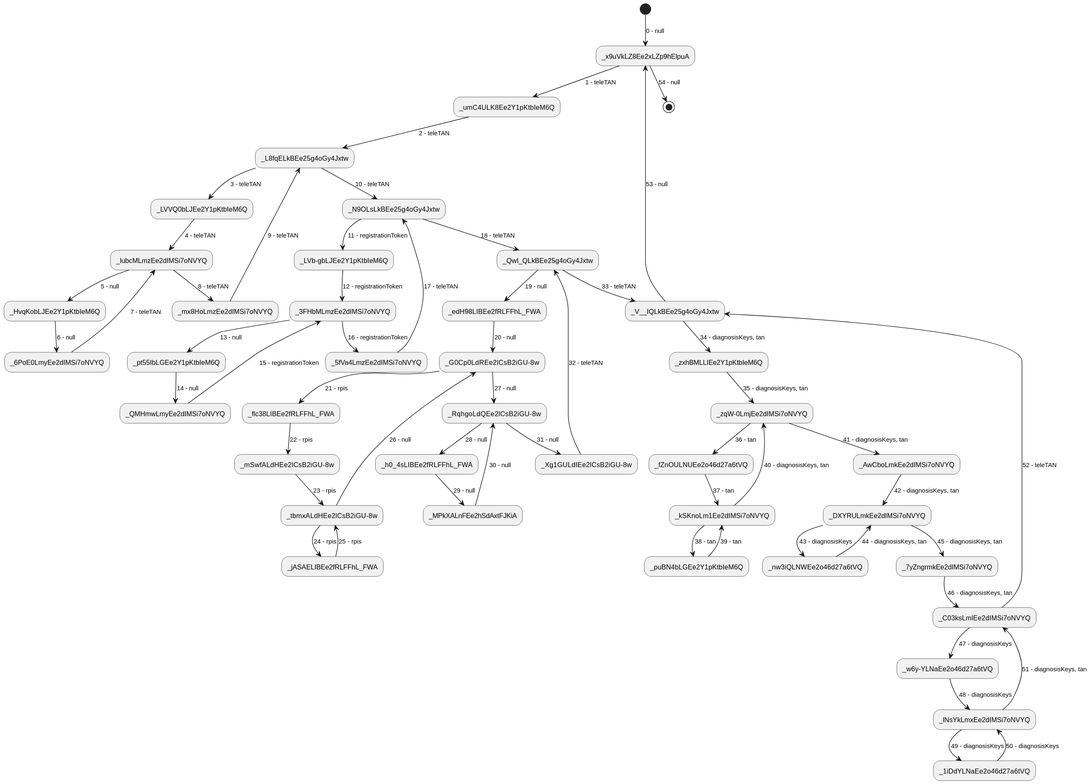
Above: output/action-sequence_7.svg in abunai-dev/DiagramGenerator (PlantUML), before the change.
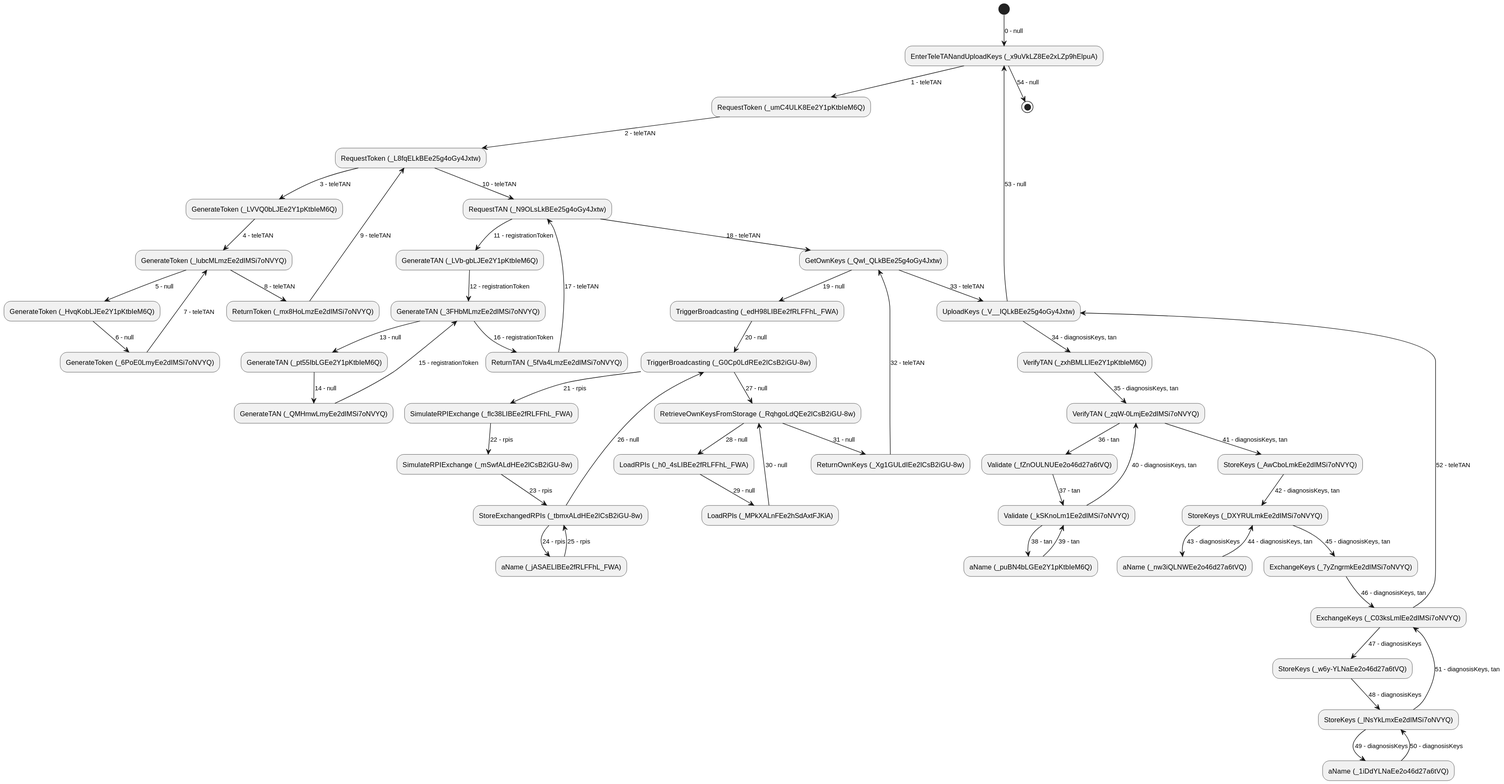
The same file after the commit.

The edit, as a diff of the source:
```diff
@@ -1,57 +1,57 @@
 @startuml
-(*) --> [0 - null] "_x9uVkLZ8Ee2xLZp9hElpuA"
-"_x9uVkLZ8Ee2xLZp9hElpuA" --> [1 - teleTAN] "_umC4ULK8Ee2Y1pKtbIeM6Q"
-"_umC4ULK8Ee2Y1pKtbIeM6Q" --> [2 - teleTAN] "_L8fqELkBEe25g4oGy4Jxtw"
-"_L8fqELkBEe25g4oGy4Jxtw" --> [3 - teleTAN] "_LVVQ0bLJEe2Y1pKtbIeM6Q"
-"_LVVQ0bLJEe2Y1pKtbIeM6Q" --> [4 - teleTAN] "_lubcMLmzEe2dIMSi7oNVYQ"
-"_lubcMLmzEe2dIMSi7oNVYQ" --> [5 - null] "_HvqKobLJEe2Y1pKtbIeM6Q"
-"_HvqKobLJEe2Y1pKtbIeM6Q" --> [6 - null] "_6PoE0LmyEe2dIMSi7oNVYQ"
-"_6PoE0LmyEe2dIMSi7oNVYQ" --> [7 - teleTAN] "_lubcMLmzEe2dIMSi7oNVYQ"
-"_lubcMLmzEe2dIMSi7oNVYQ" --> [8 - teleTAN] "_mx8HoLmzEe2dIMSi7oNVYQ"
-"_mx8HoLmzEe2dIMSi7oNVYQ" --> [9 - teleTAN] "_L8fqELkBEe25g4oGy4Jxtw"
-"_L8fqELkBEe25g4oGy4Jxtw" --> [10 - teleTAN] "_N9OLsLkBEe25g4oGy4Jxtw"
-"_N9OLsLkBEe25g4oGy4Jxtw" --> [11 - registrationToken] "_LVb-gbLJEe2Y1pKtbIeM6Q"
-"_LVb-gbLJEe2Y1pKtbIeM6Q" --> [12 - registrationToken] "_3FHbMLmzEe2dIMSi7oNVYQ"
-"_3FHbMLmzEe2dIMSi7oNVYQ" --> [13 - null] "_pt55IbLGEe2Y1pKtbIeM6Q"
-"_pt55IbLGEe2Y1pKtbIeM6Q" --> [14 - null] "_QMHmwLmyEe2dIMSi7oNVYQ"
-"_QMHmwLmyEe2dIMSi7oNVYQ" --> [15 - registrationToken] "_3FHbMLmzEe2dIMSi7oNVYQ"
-"_3FHbMLmzEe2dIMSi7oNVYQ" --> [16 - registrationToken] "_5fVa4LmzEe2dIMSi7oNVYQ"
-"_5fVa4LmzEe2dIMSi7oNVYQ" --> [17 - teleTAN] "_N9OLsLkBEe25g4oGy4Jxtw"
-"_N9OLsLkBEe25g4oGy4Jxtw" --> [18 - teleTAN] "_QwI_QLkBEe25g4oGy4Jxtw"
-"_QwI_QLkBEe25g4oGy4Jxtw" --> [19 - null] "_edH98LIBEe2fRLFFhL_FWA"
-"_edH98LIBEe2fRLFFhL_FWA" --> [20 - null] "_G0Cp0LdREe2lCsB2iGU-8w"
-"_G0Cp0LdREe2lCsB2iGU-8w" --> [21 - rpis] "_flc38LIBEe2fRLFFhL_FWA"
-"_flc38LIBEe2fRLFFhL_FWA" --> [22 - rpis] "_mSwfALdHEe2lCsB2iGU-8w"
-"_mSwfALdHEe2lCsB2iGU-8w" --> [23 - rpis] "_tbmxALdHEe2lCsB2iGU-8w"
-"_tbmxALdHEe2lCsB2iGU-8w" --> [24 - rpis] "_jASAELIBEe2fRLFFhL_FWA"
-"_jASAELIBEe2fRLFFhL_FWA" --> [25 - rpis] "_tbmxALdHEe2lCsB2iGU-8w"
-"_tbmxALdHEe2lCsB2iGU-8w" --> [26 - null] "_G0Cp0LdREe2lCsB2iGU-8w"
-"_G0Cp0LdREe2lCsB2iGU-8w" --> [27 - null] "_RqhgoLdQEe2lCsB2iGU-8w"
-"_RqhgoLdQEe2lCsB2iGU-8w" --> [28 - null] "_h0_4sLIBEe2fRLFFhL_FWA"
-"_h0_4sLIBEe2fRLFFhL_FWA" --> [29 - null] "_MPkXALnFEe2hSdAxtFJKiA"
-"_MPkXALnFEe2hSdAxtFJKiA" --> [30 - null] "_RqhgoLdQEe2lCsB2iGU-8w"
-"_RqhgoLdQEe2lCsB2iGU-8w" --> [31 - null] "_Xg1GULdIEe2lCsB2iGU-8w"
-"_Xg1GULdIEe2lCsB2iGU-8w" --> [32 - teleTAN] "_QwI_QLkBEe25g4oGy4Jxtw"
-"_QwI_QLkBEe25g4oGy4Jxtw" --> [33 - teleTAN] "_V__IQLkBEe25g4oGy4Jxtw"
-"_V__IQLkBEe25g4oGy4Jxtw" --> [34 - diagnosisKeys, tan] "_zxhBMLLIEe2Y1pKtbIeM6Q"
-"_zxhBMLLIEe2Y1pKtbIeM6Q" --> [35 - diagnosisKeys, tan] "_zqW-0LmjEe2dIMSi7oNVYQ"
-"_zqW-0LmjEe2dIMSi7oNVYQ" --> [36 - tan] "_fZnOULNUEe2o46d27a6tVQ"
-"_fZnOULNUEe2o46d27a6tVQ" --> [37 - tan] "_kSKnoLm1Ee2dIMSi7oNVYQ"
-"_kSKnoLm1Ee2dIMSi7oNVYQ" --> [38 - tan] "_puBN4bLGEe2Y1pKtbIeM6Q"
-"_puBN4bLGEe2Y1pKtbIeM6Q" --> [39 - tan] "_kSKnoLm1Ee2dIMSi7oNVYQ"
-"_kSKnoLm1Ee2dIMSi7oNVYQ" --> [40 - diagnosisKeys, tan] "_zqW-0LmjEe2dIMSi7oNVYQ"
-"_zqW-0LmjEe2dIMSi7oNVYQ" --> [41 - diagnosisKeys, tan] "_AwCboLmkEe2dIMSi7oNVYQ"
-"_AwCboLmkEe2dIMSi7oNVYQ" --> [42 - diagnosisKeys, tan] "_DXYRULmkEe2dIMSi7oNVYQ"
-"_DXYRULmkEe2dIMSi7oNVYQ" --> [43 - diagnosisKeys] "_nw3iQLNWEe2o46d27a6tVQ"
-"_nw3iQLNWEe2o46d27a6tVQ" --> [44 - diagnosisKeys, tan] "_DXYRULmkEe2dIMSi7oNVYQ"
-"_DXYRULmkEe2dIMSi7oNVYQ" --> [45 - diagnosisKeys, tan] "_7yZngrmkEe2dIMSi7oNVYQ"
-"_7yZngrmkEe2dIMSi7oNVYQ" --> [46 - diagnosisKeys, tan] "_C03ksLmlEe2dIMSi7oNVYQ"
-"_C03ksLmlEe2dIMSi7oNVYQ" --> [47 - diagnosisKeys] "_w6y-YLNaEe2o46d27a6tVQ"
-"_w6y-YLNaEe2o46d27a6tVQ" --> [48 - diagnosisKeys] "_lNsYkLmxEe2dIMSi7oNVYQ"
-"_lNsYkLmxEe2dIMSi7oNVYQ" --> [49 - diagnosisKeys] "_1iDdYLNaEe2o46d27a6tVQ"
-"_1iDdYLNaEe2o46d27a6tVQ" --> [50 - diagnosisKeys] "_lNsYkLmxEe2dIMSi7oNVYQ"
-"_lNsYkLmxEe2dIMSi7oNVYQ" --> [51 - diagnosisKeys, tan] "_C03ksLmlEe2dIMSi7oNVYQ"
-"_C03ksLmlEe2dIMSi7oNVYQ" --> [52 - teleTAN] "_V__IQLkBEe25g4oGy4Jxtw"
-"_V__IQLkBEe25g4oGy4Jxtw" --> [53 - null] "_x9uVkLZ8Ee2xLZp9hElpuA"
-"_x9uVkLZ8Ee2xLZp9hElpuA" --> [54 - null] (*)
+(*) --> [0 - null] "EnterTeleTANandUploadKeys (_x9uVkLZ8Ee2xLZp9hElpuA)"
+"EnterTeleTANandUploadKeys (_x9uVkLZ8Ee2xLZp9hElpuA)" --> [1 - teleTAN] "RequestToken (_umC4ULK8Ee2Y1pKtbIeM6Q)"
+"RequestToken (_umC4ULK8Ee2Y1pKtbIeM6Q)" --> [2 - teleTAN] "RequestToken (_L8fqELkBEe25g4oGy4Jxtw)"
+"RequestToken (_L8fqELkBEe25g4oGy4Jxtw)" --> [3 - teleTAN] "GenerateToken (_LVVQ0bLJEe2Y1pKtbIeM6Q)"
+"GenerateToken (_LVVQ0bLJEe2Y1pKtbIeM6Q)" --> [4 - teleTAN] "GenerateToken (_lubcMLmzEe2dIMSi7oNVYQ)"
+"GenerateToken (_lubcMLmzEe2dIMSi7oNVYQ)" --> [5 - null] "GenerateToken (_HvqKobLJEe2Y1pKtbIeM6Q)"
+"GenerateToken (_HvqKobLJEe2Y1pKtbIeM6Q)" --> [6 - null] "GenerateToken (_6PoE0LmyEe2dIMSi7oNVYQ)"
+"GenerateToken (_6PoE0LmyEe2dIMSi7oNVYQ)" --> [7 - teleTAN] "GenerateToken (_lubcMLmzEe2dIMSi7oNVYQ)"
+"GenerateToken (_lubcMLmzEe2dIMSi7oNVYQ)" --> [8 - teleTAN] "ReturnToken (_mx8HoLmzEe2dIMSi7oNVYQ)"
+"ReturnToken (_mx8HoLmzEe2dIMSi7oNVYQ)" --> [9 - teleTAN] "RequestToken (_L8fqELkBEe25g4oGy4Jxtw)"
+"RequestToken (_L8fqELkBEe25g4oGy4Jxtw)" --> [10 - teleTAN] "RequestTAN (_N9OLsLkBEe25g4oGy4Jxtw)"
+"RequestTAN (_N9OLsLkBEe25g4oGy4Jxtw)" --> [11 - registrationToken] "GenerateTAN (_LVb-gbLJEe2Y1pKtbIeM6Q)"
+"GenerateTAN (_LVb-gbLJEe2Y1pKtbIeM6Q)" --> [12 - registrationToken] "GenerateTAN (_3FHbMLmzEe2dIMSi7oNVYQ)"
+"GenerateTAN (_3FHbMLmzEe2dIMSi7oNVYQ)" --> [13 - null] "GenerateTAN (_pt55IbLGEe2Y1pKtbIeM6Q)"
+"GenerateTAN (_pt55IbLGEe2Y1pKtbIeM6Q)" --> [14 - null] "GenerateTAN (_QMHmwLmyEe2dIMSi7oNVYQ)"
+"GenerateTAN (_QMHmwLmyEe2dIMSi7oNVYQ)" --> [15 - registrationToken] "GenerateTAN (_3FHbMLmzEe2dIMSi7oNVYQ)"
+"GenerateTAN (_3FHbMLmzEe2dIMSi7oNVYQ)" --> [16 - registrationToken] "ReturnTAN (_5fVa4LmzEe2dIMSi7oNVYQ)"
+"ReturnTAN (_5fVa4LmzEe2dIMSi7oNVYQ)" --> [17 - teleTAN] "RequestTAN (_N9OLsLkBEe25g4oGy4Jxtw)"
+"RequestTAN (_N9OLsLkBEe25g4oGy4Jxtw)" --> [18 - teleTAN] "GetOwnKeys (_QwI_QLkBEe25g4oGy4Jxtw)"
+"GetOwnKeys (_QwI_QLkBEe25g4oGy4Jxtw)" --> [19 - null] "TriggerBroadcasting (_edH98LIBEe2fRLFFhL_FWA)"
+"TriggerBroadcasting (_edH98LIBEe2fRLFFhL_FWA)" --> [20 - null] "TriggerBroadcasting (_G0Cp0LdREe2lCsB2iGU-8w)"
+"TriggerBroadcasting (_G0Cp0LdREe2lCsB2iGU-8w)" --> [21 - rpis] "SimulateRPIExchange (_flc38LIBEe2fRLFFhL_FWA)"
+"SimulateRPIExchange (_flc38LIBEe2fRLFFhL_FWA)" --> [22 - rpis] "SimulateRPIExchange (_mSwfALdHEe2lCsB2iGU-8w)"
+"SimulateRPIExchange (_mSwfALdHEe2lCsB2iGU-8w)" --> [23 - rpis] "StoreExchangedRPIs (_tbmxALdHEe2lCsB2iGU-8w)"
+"StoreExchangedRPIs (_tbmxALdHEe2lCsB2iGU-8w)" --> [24 - rpis] "aName (_jASAELIBEe2fRLFFhL_FWA)"
+"aName (_jASAELIBEe2fRLFFhL_FWA)" --> [25 - rpis] "StoreExchangedRPIs (_tbmxALdHEe2lCsB2iGU-8w)"
+"StoreExchangedRPIs (_tbmxALdHEe2lCsB2iGU-8w)" --> [26 - null] "TriggerBroadcasting (_G0Cp0LdREe2lCsB2iGU-8w)"
+"TriggerBroadcasting (_G0Cp0LdREe2lCsB2iGU-8w)" --> [27 - null] "RetrieveOwnKeysFromStorage (_RqhgoLdQEe2lCsB2iGU-8w)"
+"RetrieveOwnKeysFromStorage (_RqhgoLdQEe2lCsB2iGU-8w)" --> [28 - null] "LoadRPIs (_h0_4sLIBEe2fRLFFhL_FWA)"
+"LoadRPIs (_h0_4sLIBEe2fRLFFhL_FWA)" --> [29 - null] "LoadRPIs (_MPkXALnFEe2hSdAxtFJKiA)"
+"LoadRPIs (_MPkXALnFEe2hSdAxtFJKiA)" --> [30 - null] "RetrieveOwnKeysFromStorage (_RqhgoLdQEe2lCsB2iGU-8w)"
+"RetrieveOwnKeysFromStorage (_RqhgoLdQEe2lCsB2iGU-8w)" --> [31 - null] "ReturnOwnKeys (_Xg1GULdIEe2lCsB2iGU-8w)"
+"ReturnOwnKeys (_Xg1GULdIEe2lCsB2iGU-8w)" --> [32 - teleTAN] "GetOwnKeys (_QwI_QLkBEe25g4oGy4Jxtw)"
+"GetOwnKeys (_QwI_QLkBEe25g4oGy4Jxtw)" --> [33 - teleTAN] "UploadKeys (_V__IQLkBEe25g4oGy4Jxtw)"
+"UploadKeys (_V__IQLkBEe25g4oGy4Jxtw)" --> [34 - diagnosisKeys, tan] "VerifyTAN (_zxhBMLLIEe2Y1pKtbIeM6Q)"
+"VerifyTAN (_zxhBMLLIEe2Y1pKtbIeM6Q)" --> [35 - diagnosisKeys, tan] "VerifyTAN (_zqW-0LmjEe2dIMSi7oNVYQ)"
+"VerifyTAN (_zqW-0LmjEe2dIMSi7oNVYQ)" --> [36 - tan] "Validate (_fZnOULNUEe2o46d27a6tVQ)"
+"Validate (_fZnOULNUEe2o46d27a6tVQ)" --> [37 - tan] "Validate (_kSKnoLm1Ee2dIMSi7oNVYQ)"
+"Validate (_kSKnoLm1Ee2dIMSi7oNVYQ)" --> [38 - tan] "aName (_puBN4bLGEe2Y1pKtbIeM6Q)"
+"aName (_puBN4bLGEe2Y1pKtbIeM6Q)" --> [39 - tan] "Validate (_kSKnoLm1Ee2dIMSi7oNVYQ)"
+"Validate (_kSKnoLm1Ee2dIMSi7oNVYQ)" --> [40 - diagnosisKeys, tan] "VerifyTAN (_zqW-0LmjEe2dIMSi7oNVYQ)"
+"VerifyTAN (_zqW-0LmjEe2dIMSi7oNVYQ)" --> [41 - diagnosisKeys, tan] "StoreKeys (_AwCboLmkEe2dIMSi7oNVYQ)"
+"StoreKeys (_AwCboLmkEe2dIMSi7oNVYQ)" --> [42 - diagnosisKeys, tan] "StoreKeys (_DXYRULmkEe2dIMSi7oNVYQ)"
+"StoreKeys (_DXYRULmkEe2dIMSi7oNVYQ)" --> [43 - diagnosisKeys] "aName (_nw3iQLNWEe2o46d27a6tVQ)"
+"aName (_nw3iQLNWEe2o46d27a6tVQ)" --> [44 - diagnosisKeys, tan] "StoreKeys (_DXYRULmkEe2dIMSi7oNVYQ)"
+"StoreKeys (_DXYRULmkEe2dIMSi7oNVYQ)" --> [45 - diagnosisKeys, tan] "ExchangeKeys (_7yZngrmkEe2dIMSi7oNVYQ)"
+"ExchangeKeys (_7yZngrmkEe2dIMSi7oNVYQ)" --> [46 - diagnosisKeys, tan] "ExchangeKeys (_C03ksLmlEe2dIMSi7oNVYQ)"
+"ExchangeKeys (_C03ksLmlEe2dIMSi7oNVYQ)" --> [47 - diagnosisKeys] "StoreKeys (_w6y-YLNaEe2o46d27a6tVQ)"
+"StoreKeys (_w6y-YLNaEe2o46d27a6tVQ)" --> [48 - diagnosisKeys] "StoreKeys (_lNsYkLmxEe2dIMSi7oNVYQ)"
+"StoreKeys (_lNsYkLmxEe2dIMSi7oNVYQ)" --> [49 - diagnosisKeys] "aName (_1iDdYLNaEe2o46d27a6tVQ)"
+"aName (_1iDdYLNaEe2o46d27a6tVQ)" --> [50 - diagnosisKeys] "StoreKeys (_lNsYkLmxEe2dIMSi7oNVYQ)"
+"StoreKeys (_lNsYkLmxEe2dIMSi7oNVYQ)" --> [51 - diagnosisKeys, tan] "ExchangeKeys (_C03ksLmlEe2dIMSi7oNVYQ)"
+"ExchangeKeys (_C03ksLmlEe2dIMSi7oNVYQ)" --> [52 - teleTAN] "UploadKeys (_V__IQLkBEe25g4oGy4Jxtw)"
+"UploadKeys (_V__IQLkBEe25g4oGy4Jxtw)" --> [53 - null] "EnterTeleTANandUploadKeys (_x9uVkLZ8Ee2xLZp9hElpuA)"
+"EnterTeleTANandUploadKeys (_x9uVkLZ8Ee2xLZp9hElpuA)" --> [54 - null] (*)
 @enduml
```
